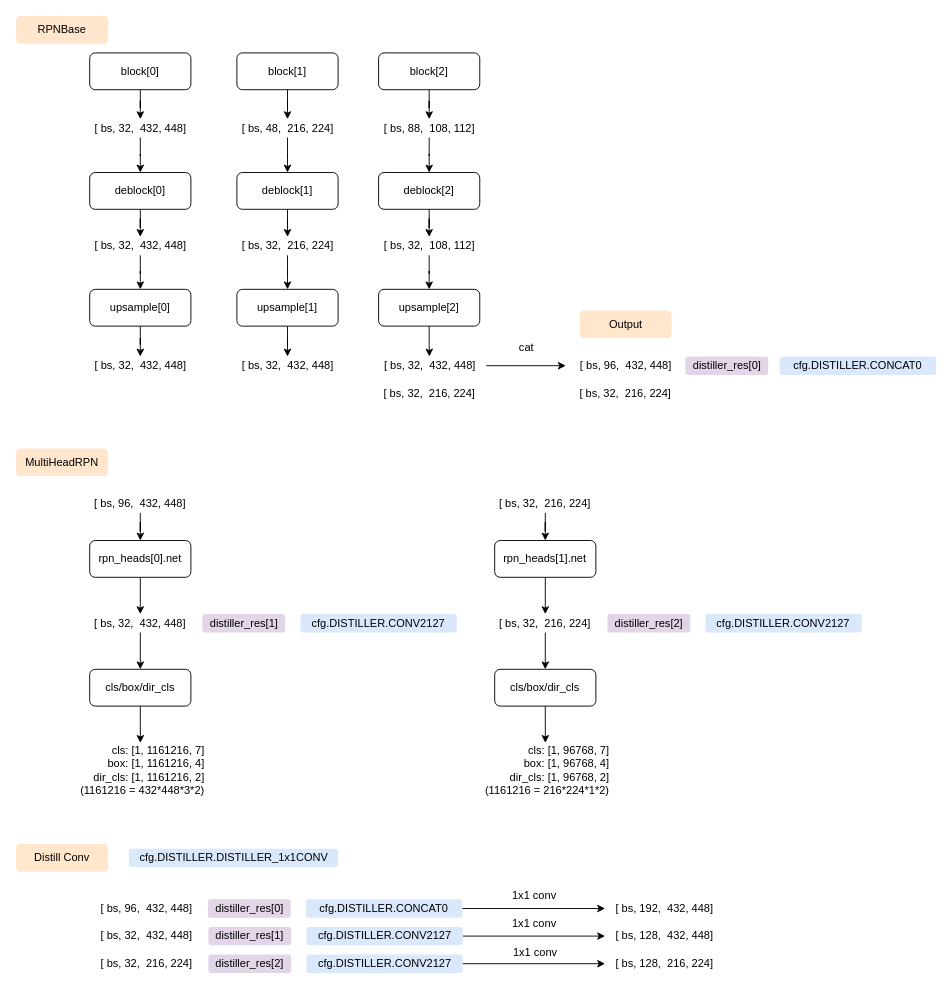
Earlier version of the draw.io diagram network.drawio (wennieWN/UML). Source tidied: cells renumbered, new cells numbered last; positions are measured from the earlier drawing's top-left corner, leaving out a move shared by most shapes. Both pictures are drawn from the tidied source at 92%, with x=0, y=0 at pixel (16, 16).
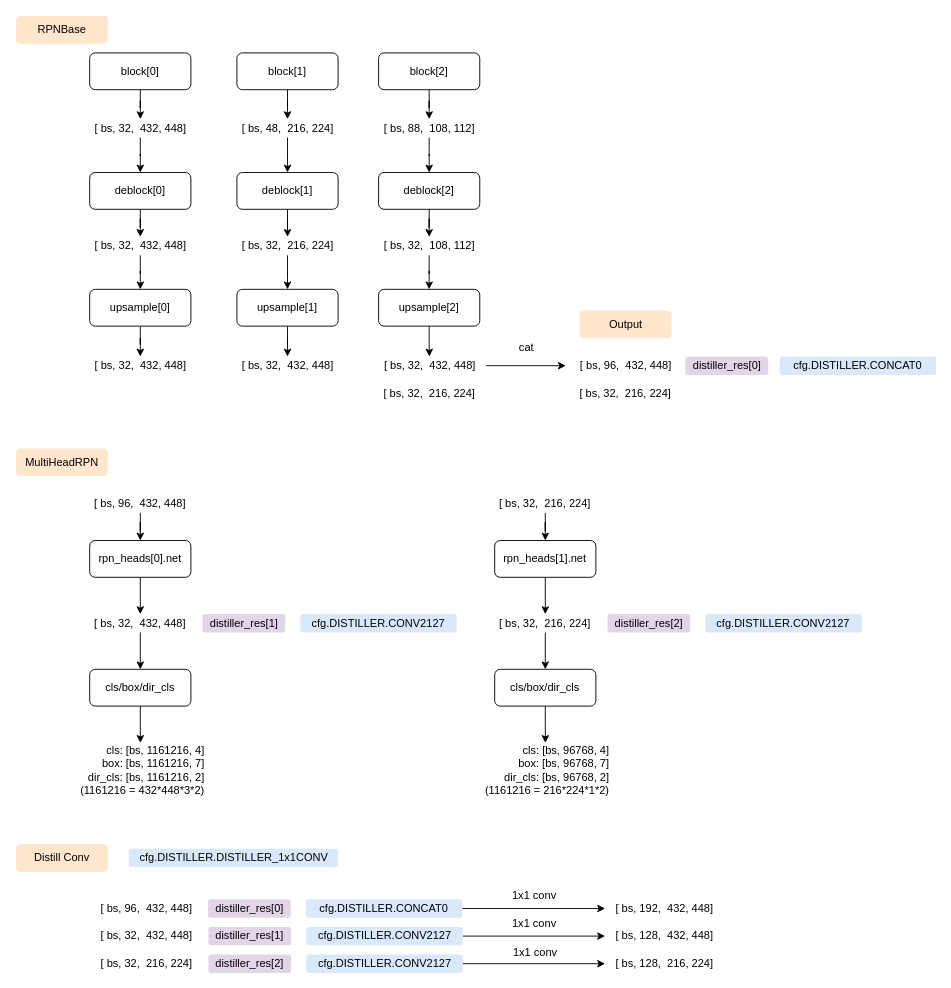
After the change.

Diff of the diagram source:
```diff
@@
-    <mxCell id="53" value="cls: [1, 1161216, 7]&lt;br&gt;box: [1, 1161216, 4]&lt;br&gt;dir_cls: [1, 1161216, 2]&lt;br&gt;(1161216 = 432*448*3*2)" style="text;html=1;strokeColor=none;fillColor=none;align=right;verticalAlign=middle;whiteSpace=wrap;rounded=0;" parent="1" vertex="1">
+    <mxCell id="53" value="cls: [bs, 1161216, 4]&lt;br&gt;box: [bs, 1161216, 7]&lt;br&gt;dir_cls: [bs, 1161216, 2]&lt;br&gt;(1161216 = 432*448*3*2)" style="text;html=1;strokeColor=none;fillColor=none;align=right;verticalAlign=middle;whiteSpace=wrap;rounded=0;" parent="1" vertex="1">
       <mxGeometry x="63.8" y="790" width="142.5" height="60" as="geometry" />
     </mxCell>
@@
-    <mxCell id="64" value="cls: [1, 96768, 7]&lt;br&gt;box: [1, 96768, 4]&lt;br&gt;dir_cls: [1, 96768, 2]&lt;br&gt;(1161216 = 216*224*1*2)" style="text;html=1;strokeColor=none;fillColor=none;align=right;verticalAlign=middle;whiteSpace=wrap;rounded=0;" parent="1" vertex="1">
+    <mxCell id="64" value="cls: [bs, 96768, 4]&lt;br&gt;box: [bs, 96768, 7]&lt;br&gt;dir_cls: [bs, 96768, 2]&lt;br&gt;(1161216 = 216*224*1*2)" style="text;html=1;strokeColor=none;fillColor=none;align=right;verticalAlign=middle;whiteSpace=wrap;rounded=0;" parent="1" vertex="1">
       <mxGeometry x="504" y="790" width="142.5" height="60" as="geometry" />
     </mxCell>
```
